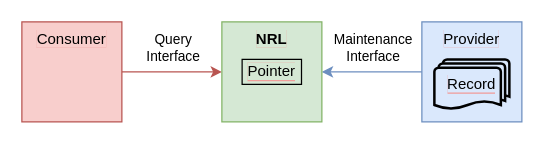
Before: page "architecture/nrl_registry_repository" (3 of 11) of images/NRL_images.drawio in nhsconnect/FHIR-NRLS-API, a draw.io diagram. Source tidied: cells renumbered, new cells numbered last; positions are measured from the earlier drawing's top-left corner, leaving out a move shared by most shapes. Both pictures are drawn from the tidied source at 125%, with x=0, y=0 at pixel (21, 21).
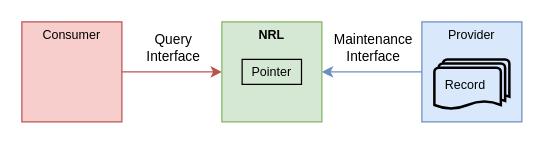
Above is the later version.

Diff of the diagram source:
```diff
@@
 <mxGraphModel>
   <root>
     <mxCell id="0" />
     <mxCell id="1" parent="0" />
     <mxCell id="2" style="edgeStyle=orthogonalEdgeStyle;rounded=0;jettySize=auto;html=1;exitX=1;exitY=0.5;exitDx=0;exitDy=0;entryX=0;entryY=0.5;entryDx=0;entryDy=0;fillColor=#f8cecc;strokeColor=#b85450;" parent="1" edge="1" source="4" target="8">
       <mxGeometry relative="1" as="geometry" />
     </mxCell>
     <mxCell id="3" value="Query&lt;br&gt;Interface" style="edgeLabel;html=1;align=center;verticalAlign=middle;" parent="2" vertex="1">
       <mxGeometry x="0.22" relative="1" as="geometry">
         <mxPoint x="-9" y="-20" as="offset" />
       </mxGeometry>
     </mxCell>
-    <mxCell id="4" value="&lt;span style=&quot;line-height: 120% ; background-color: rgb(248 , 206 , 204)&quot;&gt;Consumer&lt;/span&gt;" style="whiteSpace=wrap;html=1;labelBackgroundColor=#F19C99;verticalAlign=top;fillColor=#f8cecc;strokeColor=#b85450;" parent="1" vertex="1">
+    <mxCell id="4" style="whiteSpace=wrap;html=1;labelBackgroundColor=#F19C99;verticalAlign=top;fillColor=#f8cecc;strokeColor=#b85450;" parent="1" vertex="1">
       <mxGeometry width="80" height="80" as="geometry" />
     </mxCell>
     <mxCell id="5" style="edgeStyle=orthogonalEdgeStyle;rounded=0;jettySize=auto;html=1;exitX=0;exitY=0.5;exitDx=0;exitDy=0;entryX=1;entryY=0.5;entryDx=0;entryDy=0;fillColor=#dae8fc;strokeColor=#6c8ebf;" parent="1" edge="1" source="7" target="8">
       <mxGeometry relative="1" as="geometry" />
     </mxCell>
     <mxCell id="6" value="Maintenance&lt;br&gt;Interface" style="edgeLabel;html=1;align=center;verticalAlign=middle;" parent="5" vertex="1">
       <mxGeometry x="-0.67" relative="1" as="geometry">
         <mxPoint x="-26.7" y="-20" as="offset" />
       </mxGeometry>
     </mxCell>
-    <mxCell id="7" value="&lt;span style=&quot;background-color: rgb(218 , 232 , 252)&quot;&gt;Provider&lt;/span&gt;" style="whiteSpace=wrap;html=1;labelBackgroundColor=#F19C99;verticalAlign=top;strokeColor=#6c8ebf;fillColor=#DAE8FC;" parent="1" vertex="1">
+    <mxCell id="7" style="whiteSpace=wrap;html=1;labelBackgroundColor=#F19C99;verticalAlign=top;strokeColor=#6c8ebf;fillColor=#DAE8FC;" parent="1" vertex="1">
       <mxGeometry x="320" width="80" height="80" as="geometry" />
     </mxCell>
-    <mxCell id="8" value="&lt;b style=&quot;background-color: rgb(213 , 232 , 212)&quot;&gt;NRL&lt;/b&gt;" style="whiteSpace=wrap;html=1;labelBackgroundColor=#F19C99;strokeColor=#82b366;fillColor=#D5E8D4;verticalAlign=top;" parent="1" vertex="1">
+    <mxCell id="8" style="whiteSpace=wrap;html=1;labelBackgroundColor=#F19C99;strokeColor=#82b366;fillColor=#D5E8D4;verticalAlign=top;" parent="1" vertex="1">
       <mxGeometry x="160" width="80" height="80" as="geometry" />
     </mxCell>
-    <mxCell id="9" value="&lt;span style=&quot;background-color: rgb(213 , 232 , 212)&quot;&gt;Pointer&lt;/span&gt;" style="rounded=0;whiteSpace=wrap;html=1;labelBackgroundColor=#F19C99;fillColor=#D5E8D4;" parent="1" vertex="1">
+    <mxCell id="9" style="rounded=0;whiteSpace=wrap;html=1;labelBackgroundColor=#F19C99;fillColor=#D5E8D4;" parent="1" vertex="1">
       <mxGeometry x="176.2" y="30" width="47.5" height="20" as="geometry" />
     </mxCell>
-    <mxCell id="10" value="&lt;span style=&quot;background-color: rgb(218 , 232 , 252)&quot;&gt;Record&lt;/span&gt;" style="strokeWidth=2;html=1;shape=mxgraph.flowchart.multi-document;whiteSpace=wrap;labelBackgroundColor=#F19C99;fillColor=#DAE8FC;" parent="1" vertex="1">
+    <mxCell id="10" style="strokeWidth=2;html=1;shape=mxgraph.flowchart.multi-document;whiteSpace=wrap;labelBackgroundColor=#F19C99;fillColor=#DAE8FC;" parent="1" vertex="1">
       <mxGeometry x="330" y="30" width="60" height="40" as="geometry" />
     </mxCell>
+    <mxCell id="11" value="Consumer" style="text;html=1;strokeColor=none;fillColor=none;align=center;verticalAlign=middle;whiteSpace=wrap;rounded=0;fontSize=10;fontColor=#000000;" parent="1" vertex="1">
+      <mxGeometry width="80" height="20" as="geometry" />
+    </mxCell>
+    <mxCell id="12" value="Provider" style="text;html=1;strokeColor=none;fillColor=none;align=center;verticalAlign=middle;whiteSpace=wrap;rounded=0;fontSize=10;fontColor=#000000;" parent="1" vertex="1">
+      <mxGeometry x="320" width="80" height="20" as="geometry" />
+    </mxCell>
+    <mxCell id="13" value="&lt;b&gt;NRL&lt;/b&gt;" style="text;html=1;strokeColor=none;fillColor=none;align=center;verticalAlign=middle;whiteSpace=wrap;rounded=0;fontSize=10;fontColor=#000000;" parent="1" vertex="1">
+      <mxGeometry x="160" width="80" height="20" as="geometry" />
+    </mxCell>
+    <mxCell id="14" value="Pointer" style="text;html=1;strokeColor=none;fillColor=none;align=center;verticalAlign=middle;whiteSpace=wrap;rounded=0;fontSize=10;fontColor=#000000;" parent="1" vertex="1">
+      <mxGeometry x="170" y="30" width="60" height="20" as="geometry" />
+    </mxCell>
+    <mxCell id="15" value="Record" style="text;html=1;strokeColor=none;fillColor=none;align=center;verticalAlign=middle;whiteSpace=wrap;rounded=0;fontSize=10;fontColor=#000000;" parent="1" vertex="1">
+      <mxGeometry x="330" y="40" width="50" height="20" as="geometry" />
+    </mxCell>
   </root>
 </mxGraphModel>
```
